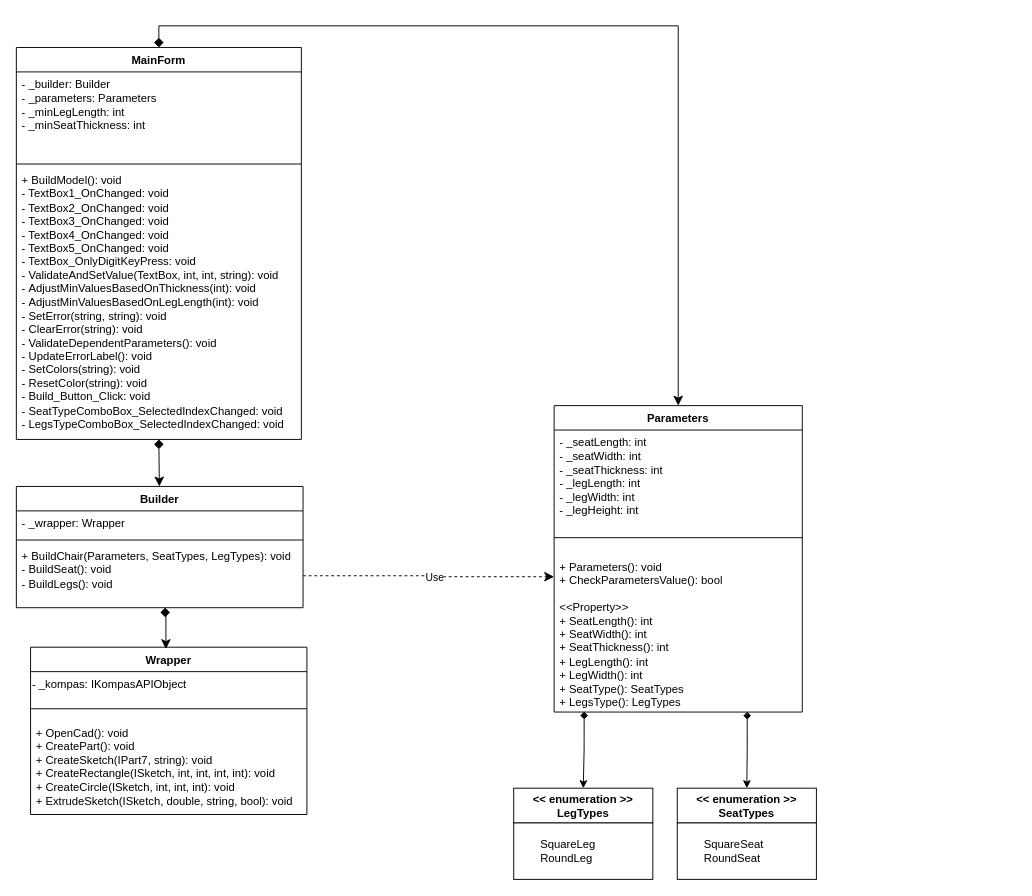
Before: docs/диаграмма_после.drawio in pikaparson/basics_of_CAD_development, a draw.io diagram. Source tidied: cells renumbered, new cells numbered last; positions are measured from the earlier drawing's top-left corner, leaving out a move shared by most shapes. Both pictures are drawn from the tidied source at 94%, with x=0, y=0 at pixel (16, 25).
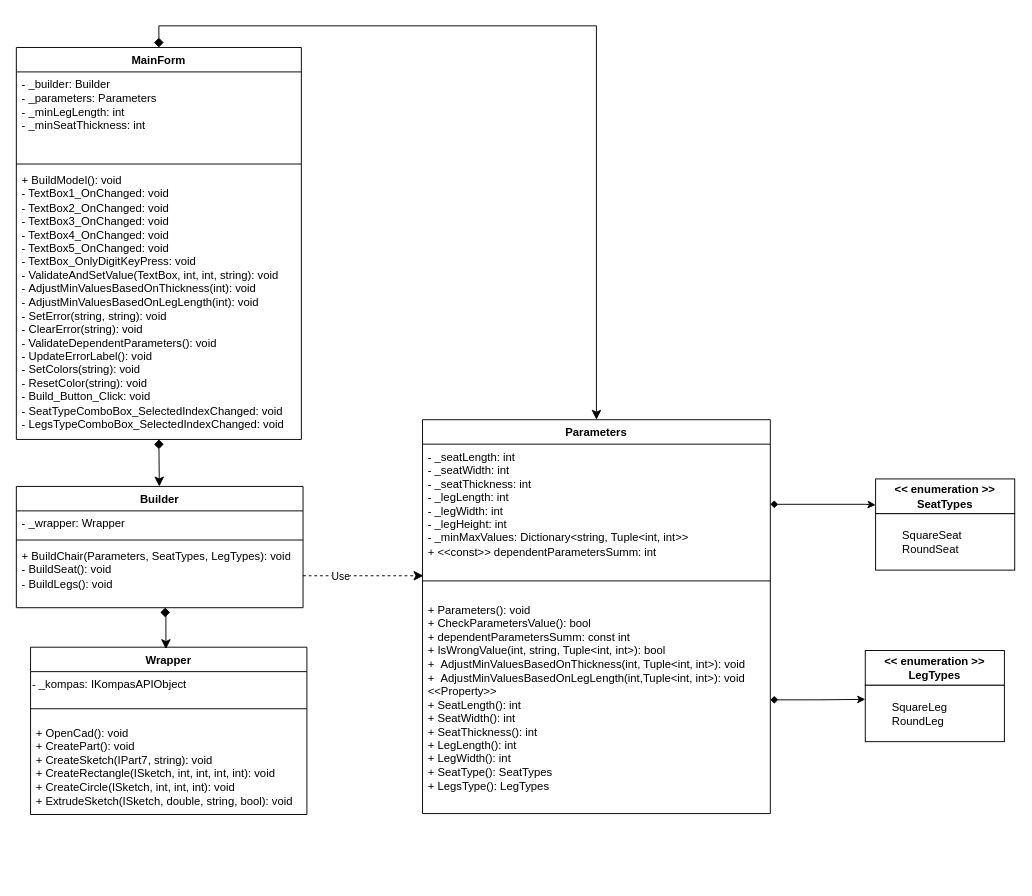
The same diagram, later.

The change refers to these unchanged cells:
```xml
<mxCell id="9" value="&lt;span style=&quot;background-color: initial;&quot;&gt;+&amp;nbsp;BuildChair(Parameters, SeatTypes, LegTypes): void&lt;/span&gt;&lt;div&gt;&lt;div&gt;- BuildSeat(): void&lt;/div&gt;&lt;div&gt;- BuildLegs(): void&amp;nbsp;&lt;/div&gt;&lt;/div&gt;" style="text;strokeColor=none;fillColor=none;align=left;verticalAlign=top;spacingLeft=4;spacingRight=4;overflow=hidden;points=[[0,0.5],[1,0.5]];portConstraint=eastwest;whiteSpace=wrap;html=1;" parent="6" vertex="1">
  <mxGeometry y="61" width="305" height="68" as="geometry" />
</mxCell>
```

What changed in the source:
```diff
@@
-    <mxCell id="15" style="edgeStyle=orthogonalEdgeStyle;rounded=0;jettySize=auto;html=1;entryX=0.5;entryY=0;entryDx=0;entryDy=0;exitX=0.121;exitY=0.997;exitDx=0;exitDy=0;exitPerimeter=0;startArrow=diamond;startFill=1;" parent="1" edge="1" source="20" target="26">
+    <mxCell id="15" style="edgeStyle=orthogonalEdgeStyle;rounded=0;jettySize=auto;html=1;entryX=0;entryY=0.25;entryDx=0;entryDy=0;exitX=1;exitY=0.474;exitDx=0;exitDy=0;exitPerimeter=0;startArrow=diamond;startFill=1;" parent="1" edge="1" source="20" target="27">
       <mxGeometry relative="1" as="geometry" />
     </mxCell>
-    <mxCell id="16" style="edgeStyle=orthogonalEdgeStyle;rounded=0;jettySize=auto;html=1;entryX=0.5;entryY=0;entryDx=0;entryDy=0;exitX=0.778;exitY=0.998;exitDx=0;exitDy=0;exitPerimeter=0;startArrow=diamond;startFill=1;" parent="1" edge="1" source="20" target="28">
-      <mxGeometry relative="1" as="geometry" />
+    <mxCell id="16" style="edgeStyle=orthogonalEdgeStyle;rounded=0;jettySize=auto;html=1;entryX=0;entryY=0.75;entryDx=0;entryDy=0;startArrow=diamond;startFill=1;exitX=1;exitY=0.5;exitDx=0;exitDy=0;" parent="1" edge="1" source="18" target="28">
+      <mxGeometry relative="1" as="geometry">
+        <Array as="points">
+          <mxPoint x="903" y="509" />
+        </Array>
+      </mxGeometry>
     </mxCell>
     <mxCell id="17" value="Parameters" style="swimlane;fontStyle=1;align=center;verticalAlign=top;horizontal=1;startSize=26;whiteSpace=wrap;html=1;" parent="1" vertex="1">
-      <mxGeometry x="572" y="404" width="264" height="326" as="geometry" />
+      <mxGeometry x="432" y="419" width="370" height="419" as="geometry" />
     </mxCell>
-    <mxCell id="18" value="&lt;div&gt;- _seatLength: int&lt;/div&gt;&lt;div&gt;- _seatWidth: int&lt;/div&gt;&lt;div&gt;- _seatThickness: int&lt;br&gt;&lt;/div&gt;&lt;div&gt;- _legLength: int&lt;br&gt;&lt;/div&gt;&lt;div&gt;- _legWidth: int&lt;br&gt;&lt;/div&gt;&lt;div&gt;- _legHeight: int&lt;/div&gt;" style="text;strokeColor=none;fillColor=none;align=left;verticalAlign=top;spacingLeft=4;spacingRight=4;overflow=hidden;points=[[0,0.5],[1,0.5]];portConstraint=eastwest;whiteSpace=wrap;html=1;" parent="17" vertex="1">
-      <mxGeometry y="26" width="264" height="97" as="geometry" />
+    <mxCell id="18" value="&lt;div&gt;- _seatLength: int&lt;/div&gt;&lt;div&gt;- _seatWidth: int&lt;/div&gt;&lt;div&gt;- _seatThickness: int&lt;br&gt;&lt;/div&gt;&lt;div&gt;- _legLength: int&lt;br&gt;&lt;/div&gt;&lt;div&gt;- _legWidth: int&lt;br&gt;&lt;/div&gt;&lt;div&gt;- _legHeight: int&lt;/div&gt;&lt;div&gt;- _minMaxValues: Dictionary&amp;lt;string, Tuple&amp;lt;int, int&amp;gt;&amp;gt;&lt;/div&gt;&lt;div&gt;+ &amp;lt;&amp;lt;const&amp;gt;&amp;gt;&amp;nbsp;dependentParametersSumm: int&lt;/div&gt;" style="text;strokeColor=none;fillColor=none;align=left;verticalAlign=top;spacingLeft=4;spacingRight=4;overflow=hidden;points=[[0,0.5],[1,0.5]];portConstraint=eastwest;whiteSpace=wrap;html=1;" parent="17" vertex="1">
+      <mxGeometry y="26" width="370" height="128" as="geometry" />
     </mxCell>
     <mxCell id="19" style="line;strokeWidth=1;fillColor=none;align=left;verticalAlign=middle;spacingTop=-1;spacingLeft=3;spacingRight=3;labelPosition=right;strokeColor=inherit;" parent="17" vertex="1">
-      <mxGeometry y="123" width="264" height="35" as="geometry" />
+      <mxGeometry y="154" width="370" height="35" as="geometry" />
     </mxCell>
-    <mxCell id="20" value="+ Parameters(): void&lt;div&gt;+ CheckParametersValue(): bool&amp;nbsp;&lt;br&gt;&lt;div&gt;&lt;br&gt;&lt;/div&gt;&lt;div&gt;&amp;lt;&amp;lt;Property&amp;gt;&amp;gt;&lt;/div&gt;&lt;div&gt;+ SeatLength(): int&lt;/div&gt;&lt;div&gt;+ SeatWidth(): int&lt;br&gt;&lt;/div&gt;&lt;div&gt;+ SeatThickness(): int&lt;br&gt;&lt;/div&gt;&lt;div&gt;+ LegLength(): int&lt;br&gt;&lt;/div&gt;&lt;div&gt;+ LegWidth(): int&lt;/div&gt;&lt;/div&gt;&lt;div&gt;+ SeatType():&amp;nbsp;&lt;span style=&quot;background-color: initial;&quot;&gt;SeatTypes&lt;/span&gt;&lt;/div&gt;&lt;div&gt;+ LegsType(): Leg&lt;span style=&quot;background-color: initial;&quot;&gt;Types&lt;/span&gt;&lt;span style=&quot;background-color: initial;&quot;&gt;&lt;/span&gt;&lt;/div&gt;" style="text;strokeColor=none;fillColor=none;align=left;verticalAlign=top;spacingLeft=4;spacingRight=4;overflow=hidden;points=[[0,0.5],[1,0.5]];portConstraint=eastwest;whiteSpace=wrap;html=1;" parent="17" vertex="1">
-      <mxGeometry y="158" width="264" height="168" as="geometry" />
+    <mxCell id="20" value="+ Parameters(): void&lt;div&gt;+ CheckParametersValue(): bool&amp;nbsp;&lt;br&gt;&lt;div&gt;+&amp;nbsp;dependentParametersSumm: const int&lt;/div&gt;&lt;div&gt;&lt;div&gt;&lt;span style=&quot;background-color: initial;&quot;&gt;+&amp;nbsp;&lt;/span&gt;&lt;span style=&quot;background-color: initial;&quot;&gt;IsWrongValue(int, string, Tuple&amp;lt;int, int&amp;gt;): bool&lt;/span&gt;&lt;/div&gt;&lt;div&gt;&lt;span style=&quot;background-color: initial;&quot;&gt;+&amp;nbsp;&lt;/span&gt;&lt;span style=&quot;background-color: initial;&quot;&gt;&amp;nbsp;AdjustMinValuesBasedOnThickness(int, Tuple&amp;lt;int, int&amp;gt;): void&lt;/span&gt;&lt;/div&gt;&lt;div&gt;&lt;span style=&quot;background-color: initial;&quot;&gt;+&amp;nbsp;&lt;/span&gt;&lt;span style=&quot;background-color: initial;&quot;&gt;&amp;nbsp;AdjustMinValuesBasedOnLegLength(int,Tuple&amp;lt;int, int&amp;gt;): void&lt;/span&gt;&lt;/div&gt;&lt;/div&gt;&lt;div&gt;&amp;lt;&amp;lt;Property&amp;gt;&amp;gt;&lt;/div&gt;&lt;div&gt;+ SeatLength(): int&lt;/div&gt;&lt;div&gt;+ SeatWidth(): int&lt;br&gt;&lt;/div&gt;&lt;div&gt;+ SeatThickness(): int&lt;br&gt;&lt;/div&gt;&lt;div&gt;+ LegLength(): int&lt;br&gt;&lt;/div&gt;&lt;div&gt;+ LegWidth(): int&lt;/div&gt;&lt;/div&gt;&lt;div&gt;+ SeatType():&amp;nbsp;&lt;span style=&quot;background-color: initial;&quot;&gt;SeatTypes&lt;/span&gt;&lt;/div&gt;&lt;div&gt;+ LegsType(): Leg&lt;span style=&quot;background-color: initial;&quot;&gt;Types&lt;/span&gt;&lt;span style=&quot;background-color: initial;&quot;&gt;&lt;/span&gt;&lt;/div&gt;&lt;div&gt;&lt;br&gt;&lt;/div&gt;" style="text;strokeColor=none;fillColor=none;align=left;verticalAlign=top;spacingLeft=4;spacingRight=4;overflow=hidden;points=[[0,0.5],[1,0.5]];portConstraint=eastwest;whiteSpace=wrap;html=1;" parent="17" vertex="1">
+      <mxGeometry y="189" width="370" height="230" as="geometry" />
     </mxCell>
@@
-    <mxCell id="24" style="edgeStyle=elbowEdgeStyle;elbow=horizontal;endArrow=classic;html=1;curved=0;rounded=0;endSize=8;startSize=8;exitX=1;exitY=0.5;exitDx=0;exitDy=0;dashed=1;entryX=0;entryY=0.143;entryDx=0;entryDy=0;entryPerimeter=0;" parent="1" edge="1" source="9" target="20">
-      <mxGeometry relative="1" as="geometry" />
+    <mxCell id="24" style="edgeStyle=elbowEdgeStyle;elbow=horizontal;endArrow=classic;html=1;curved=0;rounded=0;endSize=8;startSize=8;exitX=1;exitY=0.5;exitDx=0;exitDy=0;dashed=1;" parent="1" edge="1" source="9">
+      <mxGeometry relative="1" as="geometry">
+        <mxPoint x="433" y="585" as="targetPoint" />
+      </mxGeometry>
     </mxCell>
@@
     <mxCell id="26" value="&lt;span style=&quot;font-weight: 700;&quot;&gt;&amp;lt;&amp;lt; enumeration &amp;gt;&amp;gt;&lt;/span&gt;&lt;div style=&quot;font-weight: 700;&quot;&gt;LegTypes&lt;/div&gt;" style="rounded=0;whiteSpace=wrap;html=1;" parent="1" vertex="1">
-      <mxGeometry x="529" y="811" width="148" height="37" as="geometry" />
+      <mxGeometry x="903" y="664.5" width="148" height="37" as="geometry" />
     </mxCell>
     <mxCell id="27" value="&lt;div&gt;&lt;span style=&quot;white-space: pre;&quot;&gt;&#9;&lt;/span&gt;SquareLeg&lt;/div&gt;&lt;div&gt;&lt;span style=&quot;white-space: pre;&quot;&gt;&#9;&lt;/span&gt;RoundLeg&lt;/div&gt;" style="rounded=0;whiteSpace=wrap;html=1;align=left;" parent="1" vertex="1">
-      <mxGeometry x="529" y="848" width="148" height="60" as="geometry" />
+      <mxGeometry x="903" y="701.5" width="148" height="60" as="geometry" />
     </mxCell>
     <mxCell id="28" value="&lt;span style=&quot;font-weight: 700;&quot;&gt;&amp;lt;&amp;lt; enumeration &amp;gt;&amp;gt;&lt;/span&gt;&lt;div style=&quot;font-weight: 700;&quot;&gt;SeatTypes&lt;/div&gt;" style="rounded=0;whiteSpace=wrap;html=1;" parent="1" vertex="1">
-      <mxGeometry x="703" y="811" width="148" height="37" as="geometry" />
+      <mxGeometry x="914" y="482" width="148" height="37" as="geometry" />
     </mxCell>
     <mxCell id="29" value="&lt;div&gt;&lt;span style=&quot;white-space: pre;&quot;&gt;&#9;&lt;/span&gt;SquareSeat&lt;/div&gt;&lt;div&gt;&lt;span style=&quot;white-space: pre;&quot;&gt;&#9;&lt;/span&gt;RoundSeat&lt;/div&gt;" style="rounded=0;whiteSpace=wrap;html=1;align=left;" parent="1" vertex="1">
-      <mxGeometry x="703" y="848" width="148" height="60" as="geometry" />
+      <mxGeometry x="914" y="519" width="148" height="60" as="geometry" />
     </mxCell>
```
